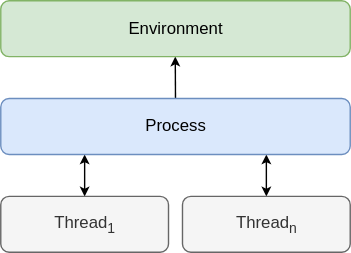
Above: content/posts/20230225-isolating-environment-variables-in-xunit-tests/env-scope.drawio.svg in jacobjmarks/thoughts (draw.io), before the change. Source tidied: cells renumbered, new cells last; positions are measured from the earlier drawing's top-left corner, leaving out a move shared by most shapes.
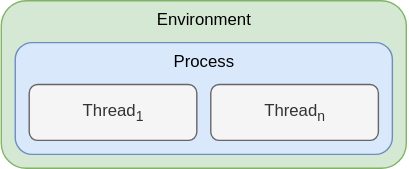
After the commit.

Diff of the diagram source:
```diff
@@ -2,30 +2,17 @@
   <root>
     <mxCell id="0" />
     <mxCell id="1" parent="0" />
-    <mxCell id="2" style="endArrow=classic;html=1;rounded=0;exitX=0.5;exitY=0;exitDx=0;exitDy=0;entryX=0.24;entryY=1;entryDx=0;entryDy=0;entryPerimeter=0;endFill=1;startArrow=classic;startFill=1;strokeColor=default;startSize=4;endSize=4;" parent="1" edge="1" source="8" target="5">
-      <mxGeometry relative="1" as="geometry" />
+    <mxCell id="2" value="Environment" style="html=1;fillColor=#d5e8d4;strokeColor=#82b366;rounded=1;verticalAlign=top;" parent="1" vertex="1">
+      <mxGeometry x="-20" y="10" width="290" height="120" as="geometry" />
     </mxCell>
-    <mxCell id="3" style="endArrow=classic;html=1;rounded=0;endFill=1;startArrow=classic;startFill=1;exitX=0.5;exitY=0;exitDx=0;exitDy=0;strokeColor=default;startSize=4;endSize=4;" parent="1" edge="1" source="7">
-      <mxGeometry relative="1" as="geometry">
-        <mxPoint x="190" y="110" as="targetPoint" />
-      </mxGeometry>
+    <mxCell id="3" value="Process" style="html=1;fillColor=#dae8fc;strokeColor=#6c8ebf;rounded=1;verticalAlign=top;" parent="1" vertex="1">
+      <mxGeometry x="-10" y="40" width="270" height="80" as="geometry" />
     </mxCell>
-    <mxCell id="4" style="endArrow=classic;html=1;rounded=0;exitX=0.5;exitY=0;exitDx=0;exitDy=0;entryX=0.24;entryY=1;entryDx=0;entryDy=0;entryPerimeter=0;endFill=1;strokeColor=default;startSize=4;endSize=4;" parent="1" edge="1" source="5">
-      <mxGeometry relative="1" as="geometry">
-        <mxPoint x="124.8" y="40" as="targetPoint" />
-      </mxGeometry>
+    <mxCell id="4" value="Thread&lt;sub&gt;n&lt;/sub&gt;" style="html=1;fillColor=#f5f5f5;strokeColor=#666666;rounded=1;verticalAlign=middle;fontColor=#333333;" parent="1" vertex="1">
+      <mxGeometry x="130" y="70" width="120" height="40" as="geometry" />
     </mxCell>
-    <mxCell id="5" value="Process" style="html=1;fillColor=#dae8fc;strokeColor=#6c8ebf;rounded=1;verticalAlign=middle;" parent="1" vertex="1">
-      <mxGeometry y="70" width="250" height="40" as="geometry" />
+    <mxCell id="5" value="Thread&lt;sub&gt;1&lt;/sub&gt;" style="html=1;fillColor=#f5f5f5;strokeColor=#666666;rounded=1;verticalAlign=middle;fontColor=#333333;" parent="1" vertex="1">
+      <mxGeometry y="70" width="120" height="40" as="geometry" />
     </mxCell>
-    <mxCell id="6" value="Environment" style="html=1;fillColor=#d5e8d4;strokeColor=#82b366;rounded=1;verticalAlign=middle;" parent="1" vertex="1">
-      <mxGeometry width="250" height="40" as="geometry" />
-    </mxCell>
-    <mxCell id="7" value="Thread&lt;sub&gt;n&lt;/sub&gt;" style="html=1;fillColor=#f5f5f5;strokeColor=#666666;rounded=1;verticalAlign=middle;fontColor=#333333;" parent="1" vertex="1">
-      <mxGeometry x="130" y="140" width="120" height="40" as="geometry" />
-    </mxCell>
-    <mxCell id="8" value="Thread&lt;sub&gt;1&lt;/sub&gt;" style="html=1;fillColor=#f5f5f5;strokeColor=#666666;rounded=1;verticalAlign=middle;fontColor=#333333;" parent="1" vertex="1">
-      <mxGeometry y="140" width="120" height="40" as="geometry" />
-    </mxCell>
   </root>
 </mxGraphModel>
```
